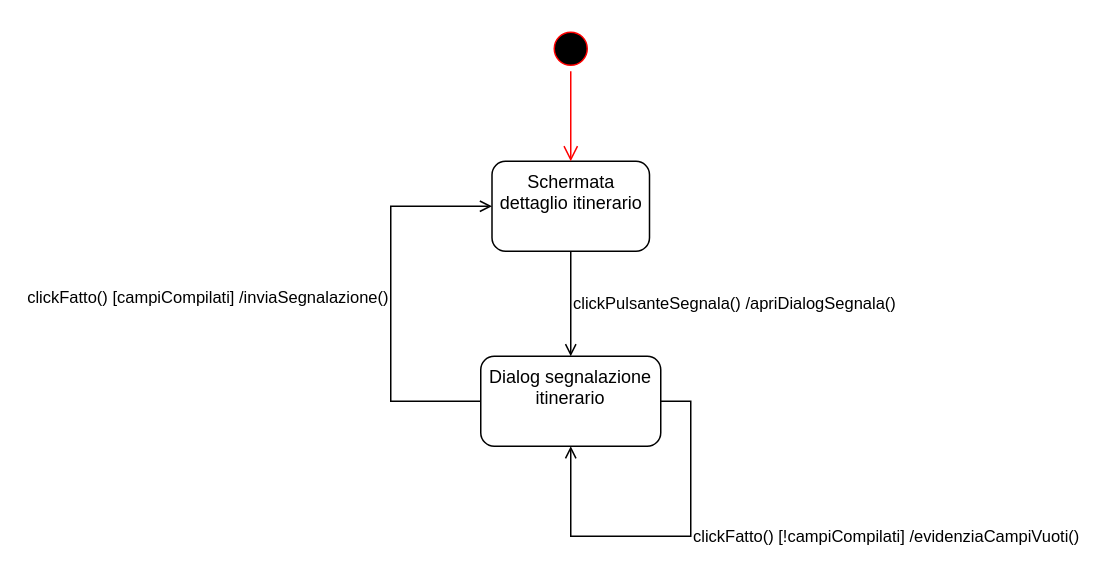
Above: page "SegnalaItinerario" (1 of 2) of statechart.drawio in archer-65/natour-2122 (draw.io), before the change. Source tidied: cells renumbered, new cells numbered last; positions are measured from the earlier drawing's top-left corner, leaving out a move shared by most shapes. Both pictures are drawn from the tidied source at 150%, with x=0, y=0 at pixel (390, 26).
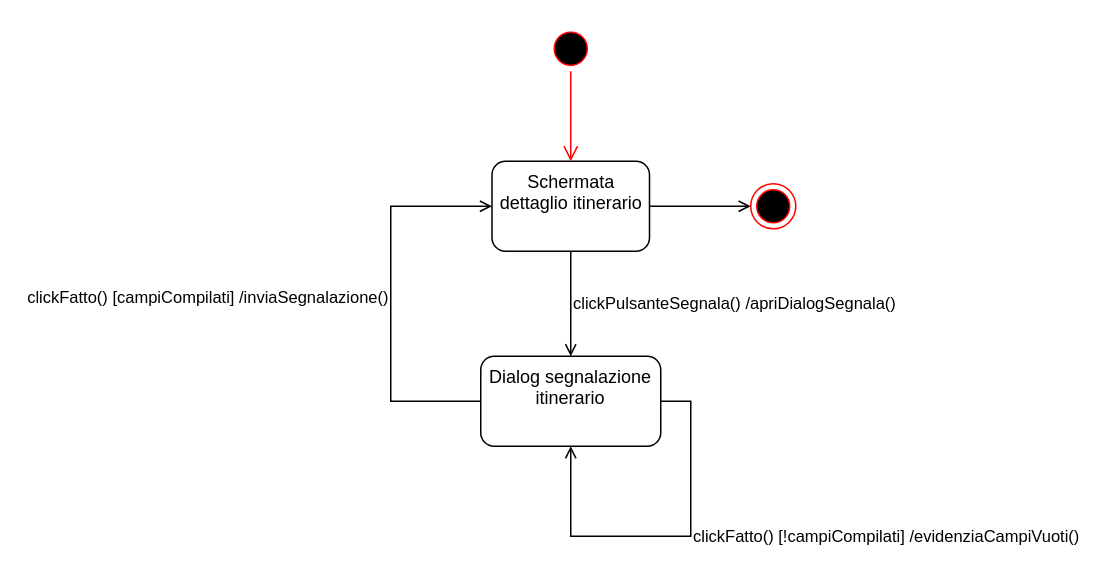
The same page after the edit.

The edit, as a diff of the source:
```diff
@@
 <mxGraphModel>
   <root>
     <mxCell id="0" />
     <mxCell id="1" parent="0" />
     <mxCell id="2" value="clickPulsanteSegnala() /apriDialogSegnala()" style="edgeStyle=orthogonalEdgeStyle;rounded=0;jettySize=auto;html=1;exitX=0.5;exitY=1;exitDx=0;exitDy=0;entryX=0.5;entryY=0;entryDx=0;entryDy=0;endArrow=open;endFill=0;align=left;" parent="1" edge="1" source="3" target="7">
       <mxGeometry relative="1" as="geometry" />
     </mxCell>
+    <mxCell id="9" style="edgeStyle=orthogonalEdgeStyle;rounded=0;jettySize=auto;html=1;entryX=0;entryY=0.5;entryDx=0;entryDy=0;endArrow=open;endFill=0;" parent="1" edge="1" source="3" target="10">
+      <mxGeometry relative="1" as="geometry" />
+    </mxCell>
     <mxCell id="3" value="Schermata dettaglio itinerario" style="rounded=1;whiteSpace=wrap;html=1;verticalAlign=top;" parent="1" vertex="1">
       <mxGeometry x="67.5" y="90" width="105" height="60" as="geometry" />
     </mxCell>
     <mxCell id="4" style="ellipse;html=1;shape=startState;fillColor=#000000;strokeColor=#ff0000;" parent="1" vertex="1">
       <mxGeometry x="105" width="30" height="30" as="geometry" />
     </mxCell>
     <mxCell id="5" style="edgeStyle=orthogonalEdgeStyle;html=1;verticalAlign=bottom;endArrow=open;endSize=8;strokeColor=#ff0000;rounded=0;" parent="1" edge="1" source="4">
       <mxGeometry relative="1" as="geometry">
         <mxPoint x="120" y="90" as="targetPoint" />
       </mxGeometry>
     </mxCell>
     <mxCell id="6" value="clickFatto() [campiCompilati] /inviaSegnalazione()" style="edgeStyle=orthogonalEdgeStyle;rounded=0;jettySize=auto;html=1;exitX=0;exitY=0.5;exitDx=0;exitDy=0;entryX=0;entryY=0.5;entryDx=0;entryDy=0;endArrow=open;endFill=0;align=right;" parent="1" edge="1" source="7" target="3">
       <mxGeometry relative="1" as="geometry">
         <Array as="points">
           <mxPoint y="250" />
           <mxPoint y="120" />
         </Array>
       </mxGeometry>
     </mxCell>
     <mxCell id="7" value="Dialog segnalazione itinerario" style="rounded=1;whiteSpace=wrap;html=1;verticalAlign=top;" parent="1" vertex="1">
       <mxGeometry x="60" y="220" width="120" height="60" as="geometry" />
     </mxCell>
     <mxCell id="8" value="clickFatto() [!campiCompilati] /evidenziaCampiVuoti()" style="edgeStyle=orthogonalEdgeStyle;rounded=0;orthogonalLoop=1;jettySize=auto;html=1;entryX=0.5;entryY=1;entryDx=0;entryDy=0;endArrow=open;endFill=0;align=left;exitX=1;exitY=0.5;exitDx=0;exitDy=0;" parent="1" edge="1" source="7" target="7">
       <mxGeometry x="-0.12" relative="1" as="geometry">
         <Array as="points">
           <mxPoint x="200" y="250" />
           <mxPoint x="200" y="340" />
           <mxPoint x="120" y="340" />
         </Array>
       </mxGeometry>
     </mxCell>
+    <mxCell id="10" style="ellipse;html=1;shape=endState;fillColor=#000000;strokeColor=#ff0000;" parent="1" vertex="1">
+      <mxGeometry x="240" y="105" width="30" height="30" as="geometry" />
+    </mxCell>
   </root>
 </mxGraphModel>
```
